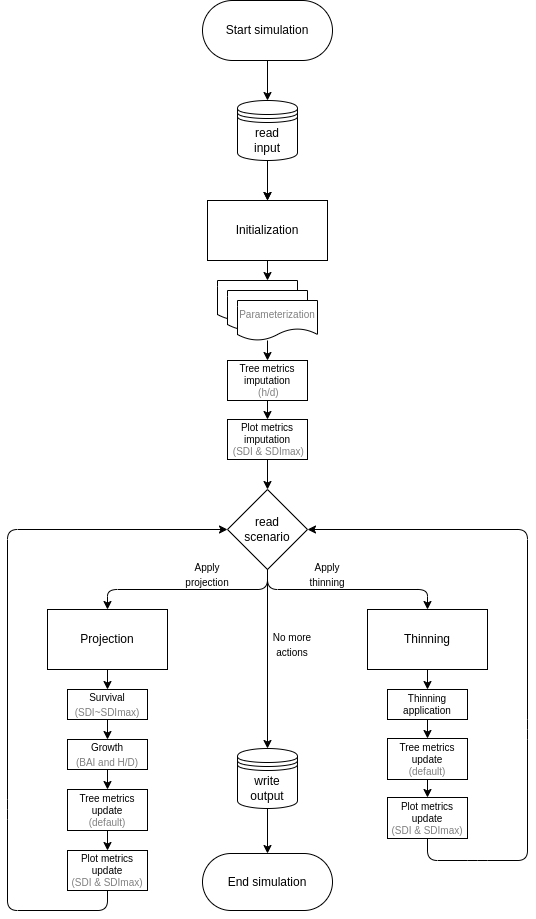
Before: 4_figures/simulator_core-mixed_models_integration.png, a diagram exported from draw.io (aitorvv/SIMANFOR_cloud_DSS). Source tidied: cells renumbered, new cells last; positions are measured from the earlier drawing's top-left corner, leaving out a move shared by most shapes.
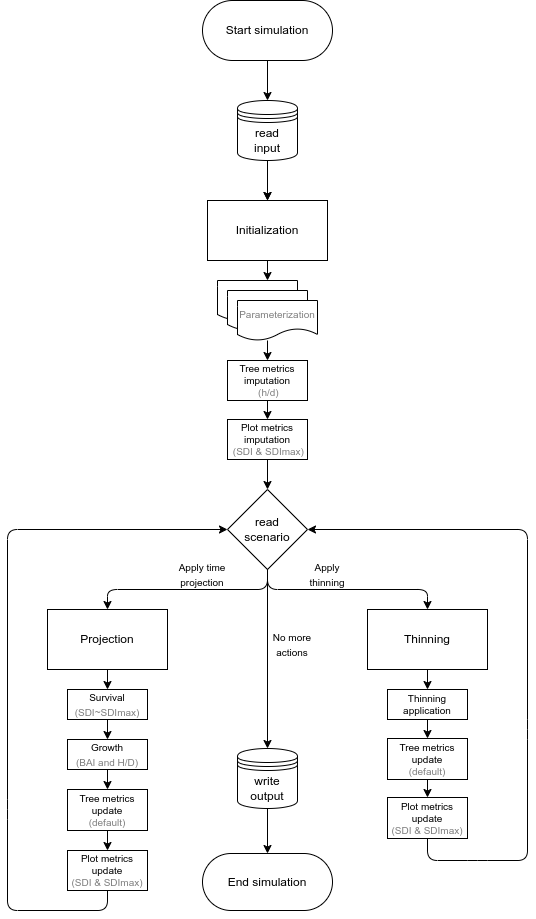
The same diagram one commit later.

Change to the diagram source:
```diff
@@ -100,8 +100,8 @@
     <mxCell id="23" value="&lt;font style=&quot;font-size: 10px;&quot;&gt;No more actions&lt;/font&gt;" style="text;html=1;strokeColor=none;fillColor=none;align=center;verticalAlign=middle;whiteSpace=wrap;rounded=0;" parent="1" vertex="1">
       <mxGeometry x="260" y="629" width="50" height="30" as="geometry" />
     </mxCell>
-    <mxCell id="24" value="&lt;font style=&quot;font-size: 10px;&quot;&gt;Apply projection&lt;/font&gt;" style="text;html=1;strokeColor=none;fillColor=none;align=center;verticalAlign=middle;whiteSpace=wrap;rounded=0;" parent="1" vertex="1">
-      <mxGeometry x="180" y="559" width="40" height="30" as="geometry" />
+    <mxCell id="24" value="&lt;font style=&quot;font-size: 10px;&quot;&gt;Apply time projection&lt;/font&gt;" style="text;html=1;strokeColor=none;fillColor=none;align=center;verticalAlign=middle;whiteSpace=wrap;rounded=0;" parent="1" vertex="1">
+      <mxGeometry x="170" y="559" width="50" height="30" as="geometry" />
     </mxCell>
     <mxCell id="25" value="&lt;font style=&quot;font-size: 10px;&quot;&gt;Apply thinning&lt;/font&gt;" style="text;html=1;strokeColor=none;fillColor=none;align=center;verticalAlign=middle;whiteSpace=wrap;rounded=0;" parent="1" vertex="1">
       <mxGeometry x="300" y="559" width="40" height="30" as="geometry" />
```
